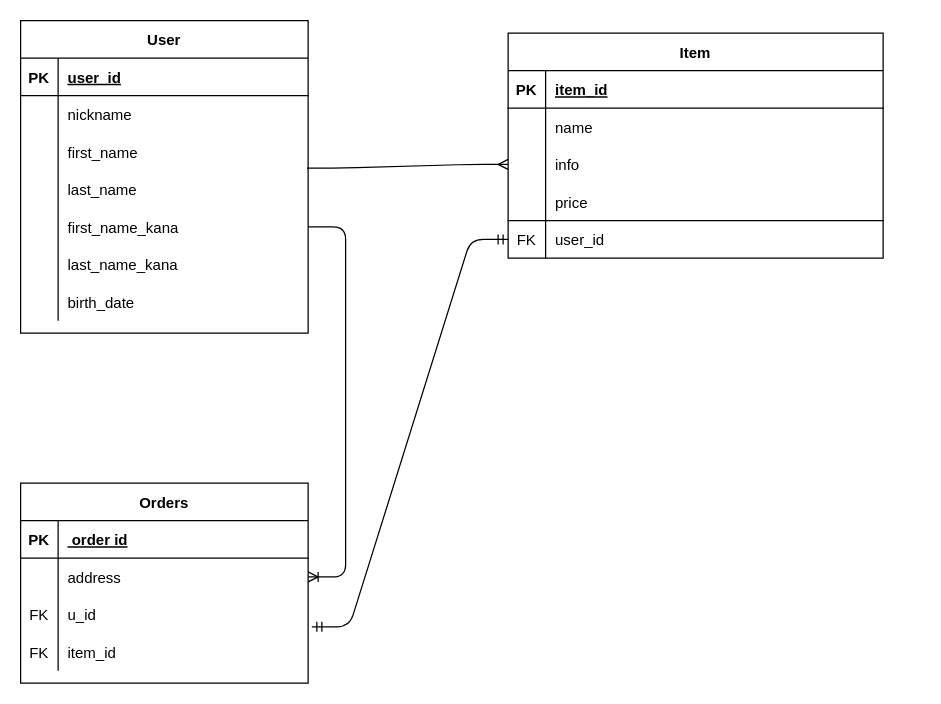
This is db.dio from aigis1/furima-31650, a draw.io file, before an edit. Source tidied: cells renumbered, new cells numbered last; positions are measured from the earlier drawing's top-left corner, leaving out a move shared by most shapes. Both pictures are drawn from the tidied source at 125%, with x=0, y=0 at pixel (20, 20).
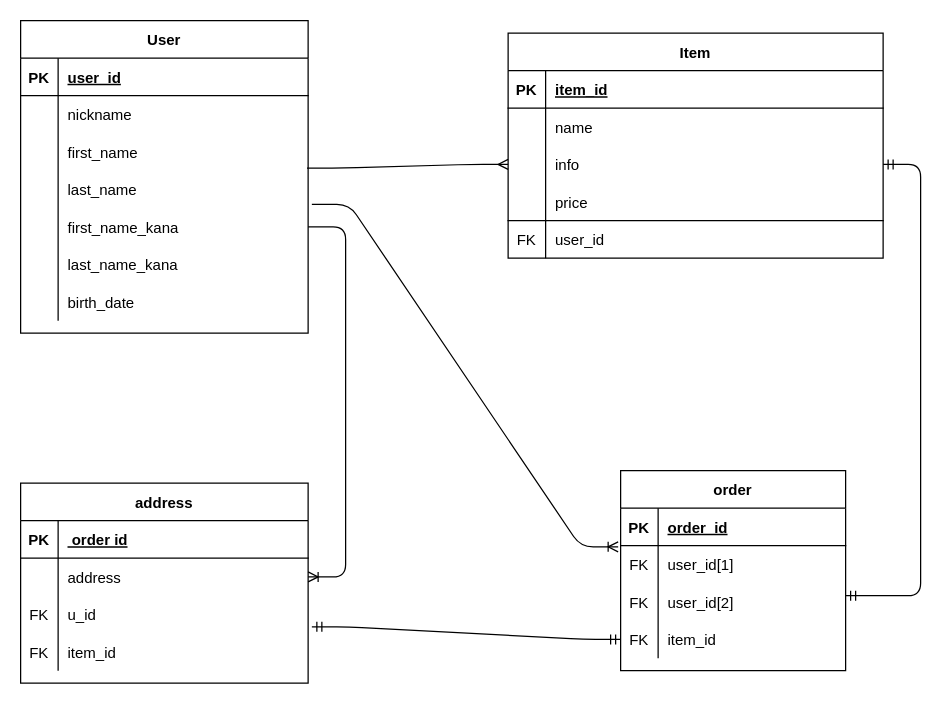
The same page after the edit.

Commit message (it also covers changes not shown here):
ordersテーブルの作成

Unchanged cells that the change refers to:
```xml
<mxCell id="15" style="shape=partialRectangle;fillColor=none;top=0;left=0;bottom=0;right=0;points=[[0,0.5],[1,0.5]];portConstraint=eastwest;" parent="2" vertex="1">
  <mxGeometry y="150" width="230" height="30" as="geometry" />
</mxCell>
<mxCell id="31" style="shape=partialRectangle;fillColor=none;top=0;left=0;bottom=0;right=0;points=[[0,0.5],[1,0.5]];portConstraint=eastwest;" parent="24" vertex="1">
  <mxGeometry y="90" width="300" height="30" as="geometry" />
</mxCell>
<mxCell id="37" style="shape=partialRectangle;fillColor=none;top=0;left=0;bottom=0;right=0;points=[[0,0.5],[1,0.5]];portConstraint=eastwest;" parent="24" vertex="1">
  <mxGeometry y="150" width="300" height="30" as="geometry" />
</mxCell>
<mxCell id="49" style="shape=partialRectangle;fillColor=none;top=0;left=0;bottom=0;right=0;points=[[0,0.5],[1,0.5]];portConstraint=eastwest;" parent="42" vertex="1">
  <mxGeometry y="90" width="230" height="30" as="geometry" />
</mxCell>
```

What changed in the source:
```diff
@@
-    <mxCell id="41" style="edgeStyle=entityRelationEdgeStyle;fontSize=12;html=1;endArrow=ERmandOne;startArrow=ERmandOne;exitX=1.013;exitY=0.833;exitDx=0;exitDy=0;exitPerimeter=0;" parent="1" edge="1" source="49" target="37">
+    <mxCell id="41" style="edgeStyle=entityRelationEdgeStyle;fontSize=12;html=1;endArrow=ERmandOne;startArrow=ERmandOne;exitX=1.013;exitY=0.833;exitDx=0;exitDy=0;exitPerimeter=0;" parent="1" edge="1" source="49" target="66">
       <mxGeometry relative="1" as="geometry" />
     </mxCell>
-    <mxCell id="42" value="Orders" style="shape=table;startSize=30;childLayout=tableLayout;rowLines=0;fontStyle=1;align=center;" parent="1" vertex="1">
+    <mxCell id="42" value="address" style="shape=table;startSize=30;childLayout=tableLayout;rowLines=0;fontStyle=1;align=center;" parent="1" vertex="1">
       <mxGeometry y="370" width="230" height="160" as="geometry" />
     </mxCell>
@@
+    <mxCell id="56" value="order" style="shape=table;startSize=30;childLayout=tableLayout;rowLines=0;fontStyle=1;align=center;" parent="1" vertex="1">
+      <mxGeometry x="480" y="360" width="180" height="160" as="geometry" />
+    </mxCell>
+    <mxCell id="57" style="shape=partialRectangle;fillColor=none;top=0;left=0;bottom=1;right=0;" parent="56" vertex="1">
+      <mxGeometry y="30" width="180" height="30" as="geometry" />
+    </mxCell>
+    <mxCell id="58" value="PK" style="shape=partialRectangle;fillColor=none;top=0;left=0;bottom=0;right=0;fontStyle=1;overflow=hidden;" parent="57" vertex="1">
+      <mxGeometry width="30" height="30" as="geometry" />
+    </mxCell>
+    <mxCell id="59" value="order_id" style="shape=partialRectangle;fillColor=none;top=0;left=0;bottom=0;right=0;align=left;spacingLeft=6;fontStyle=5;overflow=hidden;" parent="57" vertex="1">
+      <mxGeometry x="30" width="150" height="30" as="geometry" />
+    </mxCell>
+    <mxCell id="60" style="shape=partialRectangle;fillColor=none;top=0;left=0;bottom=0;right=0;points=[[0,0.5],[1,0.5]];portConstraint=eastwest;" parent="56" vertex="1">
+      <mxGeometry y="60" width="180" height="30" as="geometry" />
+    </mxCell>
+    <mxCell id="61" value="FK" style="shape=partialRectangle;fillColor=none;top=0;left=0;bottom=0;right=0;overflow=hidden;" parent="60" vertex="1">
+      <mxGeometry width="30" height="30" as="geometry" />
+    </mxCell>
+    <mxCell id="62" value="user_id[1]" style="shape=partialRectangle;fillColor=none;top=0;left=0;bottom=0;right=0;align=left;spacingLeft=6;overflow=hidden;" parent="60" vertex="1">
+      <mxGeometry x="30" width="150" height="30" as="geometry" />
+    </mxCell>
+    <mxCell id="63" style="shape=partialRectangle;fillColor=none;top=0;left=0;bottom=0;right=0;" parent="56" vertex="1">
+      <mxGeometry y="90" width="180" height="30" as="geometry" />
+    </mxCell>
+    <mxCell id="64" value="FK" style="shape=partialRectangle;fillColor=none;top=0;left=0;bottom=0;right=0;overflow=hidden;" parent="63" vertex="1">
+      <mxGeometry width="30" height="30" as="geometry" />
+    </mxCell>
+    <mxCell id="65" value="user_id[2]" style="shape=partialRectangle;fillColor=none;top=0;left=0;bottom=0;right=0;align=left;spacingLeft=6;overflow=hidden;" parent="63" vertex="1">
+      <mxGeometry x="30" width="150" height="30" as="geometry" />
+    </mxCell>
+    <mxCell id="66" style="shape=partialRectangle;fillColor=none;top=0;left=0;bottom=0;right=0;points=[[0,0.5],[1,0.5]];portConstraint=eastwest;" parent="56" vertex="1">
+      <mxGeometry y="120" width="180" height="30" as="geometry" />
+    </mxCell>
+    <mxCell id="67" value="FK" style="shape=partialRectangle;fillColor=none;top=0;left=0;bottom=0;right=0;overflow=hidden;" parent="66" vertex="1">
+      <mxGeometry width="30" height="30" as="geometry" />
+    </mxCell>
+    <mxCell id="68" value="item_id" style="shape=partialRectangle;fillColor=none;top=0;left=0;bottom=0;right=0;align=left;spacingLeft=6;overflow=hidden;" parent="66" vertex="1">
+      <mxGeometry x="30" width="150" height="30" as="geometry" />
+    </mxCell>
+    <mxCell id="69" style="edgeStyle=entityRelationEdgeStyle;fontSize=12;html=1;endArrow=ERmandOne;startArrow=ERmandOne;" parent="1" edge="1" target="31">
+      <mxGeometry relative="1" as="geometry">
+        <mxPoint x="660" y="460" as="sourcePoint" />
+      </mxGeometry>
+    </mxCell>
+    <mxCell id="70" style="edgeStyle=entityRelationEdgeStyle;fontSize=12;html=1;endArrow=ERoneToMany;entryX=-0.011;entryY=0.033;entryDx=0;entryDy=0;entryPerimeter=0;exitX=1.013;exitY=-0.1;exitDx=0;exitDy=0;exitPerimeter=0;" parent="1" edge="1" source="15" target="60">
+      <mxGeometry relative="1" as="geometry" />
+    </mxCell>
```
